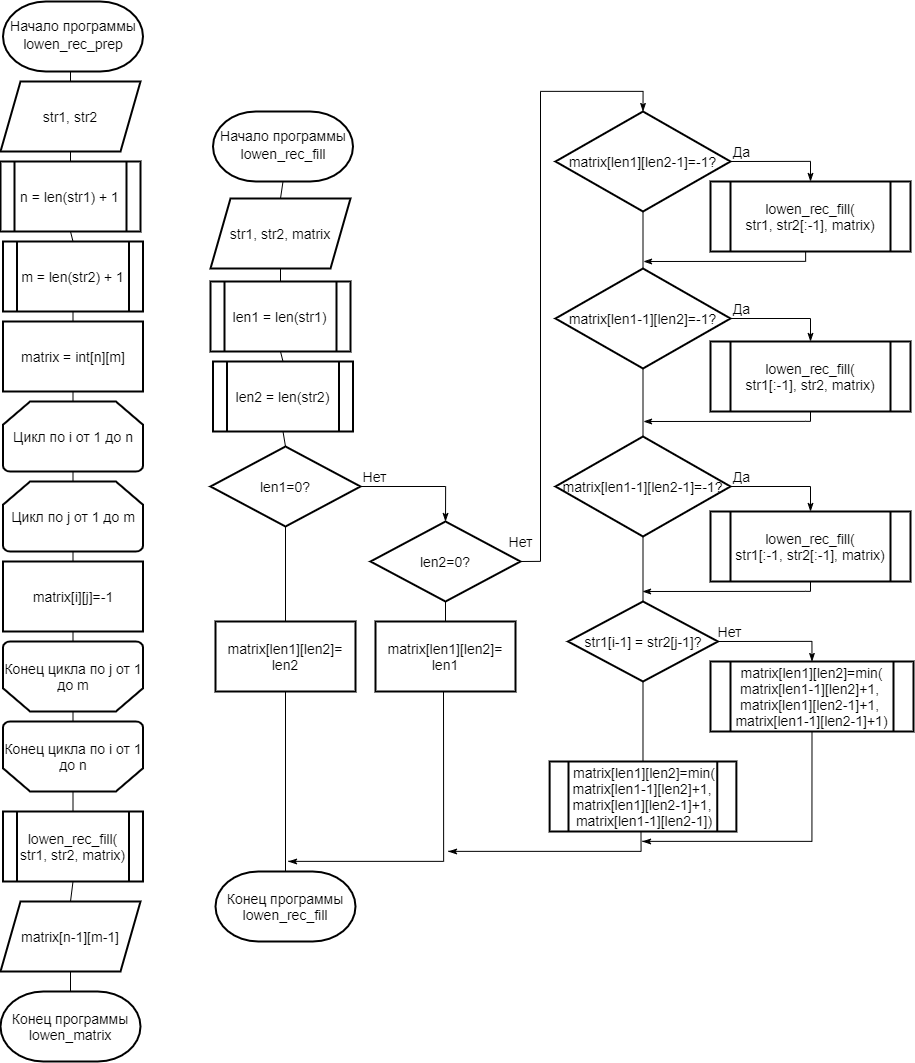
This is lab1/report/inc/img/l_recursion_matrix.png from alena-zayts/BMSTU_5sem_analysis_of_algorithms, a draw.io export, as it was before one commit. Source tidied: cells renumbered, new cells last; positions are measured from the earlier drawing's top-left corner, leaving out a move shared by most shapes.
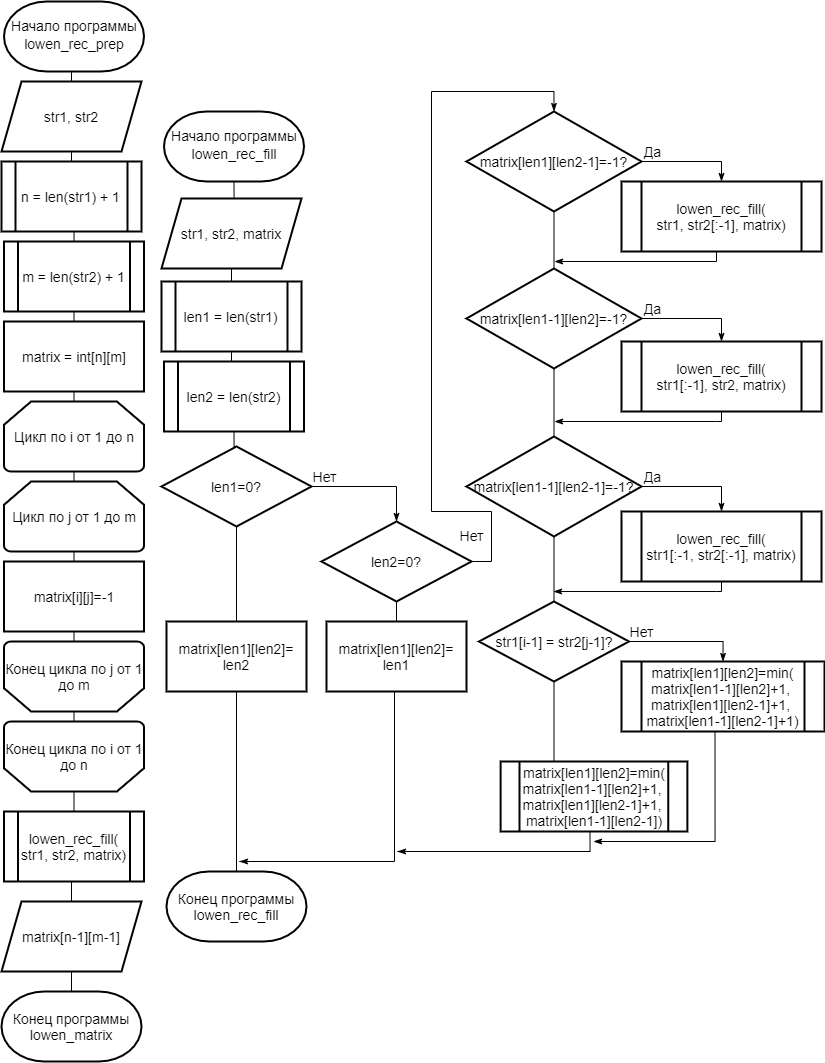
Above is the later version.

What changed in the source:
```diff
@@ -48,8 +48,10 @@
       <mxGeometry x="-0.87" y="20" relative="1" as="geometry">
         <Array as="points">
           <mxPoint x="540" y="560" />
-          <mxPoint x="540" y="90" />
-          <mxPoint x="643" y="90" />
+          <mxPoint x="540" y="510" />
+          <mxPoint x="480" y="510" />
+          <mxPoint x="480" y="90" />
+          <mxPoint x="603" y="90" />
         </Array>
       </mxGeometry>
     </mxCell>
@@ -74,57 +76,57 @@
     </mxCell>
     <mxCell id="21" style="edgeStyle=orthogonalEdgeStyle;rounded=0;orthogonalLoop=1;jettySize=auto;html=1;exitX=0.5;exitY=1;exitDx=0;exitDy=0;entryX=0.5;entryY=0;entryDx=0;entryDy=0;entryPerimeter=0;endArrow=none;endFill=0;" parent="1" edge="1">
       <mxGeometry relative="1" as="geometry">
-        <mxPoint x="72.5" y="390" as="sourcePoint" />
-        <mxPoint x="72.5" y="400" as="targetPoint" />
+        <mxPoint x="122.5" y="390" as="sourcePoint" />
+        <mxPoint x="122.5" y="400" as="targetPoint" />
       </mxGeometry>
     </mxCell>
     <mxCell id="22" style="edgeStyle=orthogonalEdgeStyle;rounded=0;jettySize=auto;html=1;entryX=0.5;entryY=1;entryDx=0;entryDy=0;entryPerimeter=0;endArrow=none;endFill=0;" parent="1" edge="1" source="25" target="23">
       <mxGeometry relative="1" as="geometry" />
     </mxCell>
     <mxCell id="23" value="&lt;font style=&quot;font-size: 14px&quot;&gt;Начало программы&lt;br&gt;&lt;span style=&quot;line-height: 150%&quot;&gt;lowen_rec_prep&lt;/span&gt;&lt;/font&gt;" style="strokeWidth=2;html=1;shape=mxgraph.flowchart.terminator;whiteSpace=wrap;fontSize=14;fontFamily=Helvetica;" parent="1" vertex="1">
-      <mxGeometry x="2.5" width="140" height="70" as="geometry" />
+      <mxGeometry x="52.5" width="140" height="70" as="geometry" />
     </mxCell>
     <mxCell id="24" style="edgeStyle=orthogonalEdgeStyle;rounded=0;jettySize=auto;html=1;exitX=0.5;exitY=1;exitDx=0;exitDy=0;entryX=0.5;entryY=0;entryDx=0;entryDy=0;endArrow=none;endFill=0;" parent="1" edge="1" source="25">
       <mxGeometry relative="1" as="geometry">
-        <mxPoint x="70" y="160" as="targetPoint" />
+        <mxPoint x="120" y="160" as="targetPoint" />
       </mxGeometry>
     </mxCell>
     <mxCell id="25" value="str1, str2" style="shape=parallelogram;perimeter=parallelogramPerimeter;whiteSpace=wrap;html=1;fixedSize=1;strokeWidth=2;fontSize=14;" parent="1" vertex="1">
-      <mxGeometry y="80" width="140" height="70" as="geometry" />
+      <mxGeometry x="50" y="80" width="140" height="70" as="geometry" />
     </mxCell>
     <mxCell id="26" value="m = len(str2) + 1" style="shape=process;whiteSpace=wrap;html=1;backgroundOutline=1;strokeWidth=2;fontSize=14;" parent="1" vertex="1">
-      <mxGeometry x="2.5" y="240" width="140" height="70" as="geometry" />
+      <mxGeometry x="52.5" y="240" width="140" height="70" as="geometry" />
     </mxCell>
     <mxCell id="27" style="edgeStyle=orthogonalEdgeStyle;rounded=0;jettySize=auto;html=1;exitX=0.5;exitY=1;exitDx=0;exitDy=0;entryX=0.5;entryY=0;entryDx=0;entryDy=0;entryPerimeter=0;endArrow=none;endFill=0;" parent="1" edge="1" target="26">
       <mxGeometry relative="1" as="geometry">
-        <mxPoint x="70" y="230" as="sourcePoint" />
+        <mxPoint x="120" y="230" as="sourcePoint" />
       </mxGeometry>
     </mxCell>
     <mxCell id="28" style="edgeStyle=orthogonalEdgeStyle;rounded=0;jettySize=auto;html=1;exitX=0.5;exitY=1;exitDx=0;exitDy=0;entryX=0.5;entryY=0;entryDx=0;entryDy=0;entryPerimeter=0;endArrow=none;endFill=0;" parent="1" edge="1" source="26">
       <mxGeometry relative="1" as="geometry">
-        <mxPoint x="72.5" y="320" as="targetPoint" />
+        <mxPoint x="122.5" y="320" as="targetPoint" />
       </mxGeometry>
     </mxCell>
     <mxCell id="29" value="n = len(str1) + 1" style="shape=process;whiteSpace=wrap;html=1;backgroundOutline=1;strokeWidth=2;fontSize=14;" parent="1" vertex="1">
-      <mxGeometry y="160" width="140" height="70" as="geometry" />
+      <mxGeometry x="50" y="160" width="140" height="70" as="geometry" />
     </mxCell>
     <mxCell id="30" value="matrix = int[n][m]" style="rounded=0;whiteSpace=wrap;html=1;strokeWidth=2;fontSize=14;" parent="1" vertex="1">
-      <mxGeometry x="2.5" y="320" width="140" height="70" as="geometry" />
+      <mxGeometry x="52.5" y="320" width="140" height="70" as="geometry" />
     </mxCell>
     <mxCell id="31" style="edgeStyle=orthogonalEdgeStyle;rounded=0;jettySize=auto;html=1;exitX=0.5;exitY=1;exitDx=0;exitDy=0;exitPerimeter=0;entryX=0.5;entryY=0;entryDx=0;entryDy=0;endArrow=none;endFill=0;entryPerimeter=0;" parent="1" edge="1" source="32" target="39">
       <mxGeometry relative="1" as="geometry" />
     </mxCell>
     <mxCell id="32" value="Цикл по i от 1 до n" style="strokeWidth=2;html=1;shape=mxgraph.flowchart.loop_limit;whiteSpace=wrap;fontSize=14;" parent="1" vertex="1">
-      <mxGeometry x="2.5" y="400" width="140" height="70" as="geometry" />
+      <mxGeometry x="52.5" y="400" width="140" height="70" as="geometry" />
     </mxCell>
     <mxCell id="33" style="edgeStyle=orthogonalEdgeStyle;rounded=0;jettySize=auto;html=1;exitX=0.5;exitY=0;exitDx=0;exitDy=0;entryX=0.5;entryY=1;entryDx=0;entryDy=0;entryPerimeter=0;endArrow=none;endFill=0;" parent="1" edge="1" source="34" target="39">
       <mxGeometry relative="1" as="geometry" />
     </mxCell>
     <mxCell id="34" value="matrix[i][j]=-1" style="rounded=0;whiteSpace=wrap;html=1;strokeWidth=2;fontSize=14;" parent="1" vertex="1">
-      <mxGeometry x="2.5" y="560" width="140" height="70" as="geometry" />
+      <mxGeometry x="52.5" y="560" width="140" height="70" as="geometry" />
     </mxCell>
     <mxCell id="35" value="Конец программы lowen_matrix" style="strokeWidth=2;html=1;shape=mxgraph.flowchart.terminator;whiteSpace=wrap;fontSize=14;" parent="1" vertex="1">
-      <mxGeometry y="990" width="140" height="70" as="geometry" />
+      <mxGeometry x="50" y="990" width="140" height="70" as="geometry" />
     </mxCell>
     <mxCell id="36" style="edgeStyle=orthogonalEdgeStyle;rounded=0;jettySize=auto;html=1;exitX=0.5;exitY=1;exitDx=0;exitDy=0;exitPerimeter=0;entryX=0.5;entryY=1;entryDx=0;entryDy=0;endArrow=none;endFill=0;" parent="1" edge="1" source="38" target="34">
       <mxGeometry relative="1" as="geometry" />
@@ -133,124 +135,143 @@
       <mxGeometry relative="1" as="geometry" />
     </mxCell>
     <mxCell id="38" value="Конец цикла по i от 1 до n" style="strokeWidth=2;html=1;shape=mxgraph.flowchart.loop_limit;whiteSpace=wrap;direction=west;fontSize=14;" parent="1" vertex="1">
-      <mxGeometry x="2.5" y="720" width="140" height="70" as="geometry" />
+      <mxGeometry x="52.5" y="720" width="140" height="70" as="geometry" />
     </mxCell>
     <mxCell id="39" value="Цикл по j от 1 до m" style="strokeWidth=2;html=1;shape=mxgraph.flowchart.loop_limit;whiteSpace=wrap;fontSize=14;" parent="1" vertex="1">
-      <mxGeometry x="2.5" y="480" width="140" height="70" as="geometry" />
+      <mxGeometry x="52.5" y="480" width="140" height="70" as="geometry" />
     </mxCell>
     <mxCell id="40" value="Конец цикла по j от 1 до m" style="strokeWidth=2;html=1;shape=mxgraph.flowchart.loop_limit;whiteSpace=wrap;direction=west;fontSize=14;" parent="1" vertex="1">
-      <mxGeometry x="2.5" y="640" width="140" height="70" as="geometry" />
+      <mxGeometry x="52.5" y="640" width="140" height="70" as="geometry" />
     </mxCell>
     <mxCell id="41" style="edgeStyle=orthogonalEdgeStyle;rounded=0;jettySize=auto;html=1;exitX=0.5;exitY=1;exitDx=0;exitDy=0;entryX=0.5;entryY=0;entryDx=0;entryDy=0;endArrow=none;endFill=0;" parent="1" edge="1" source="42" target="44">
       <mxGeometry relative="1" as="geometry" />
     </mxCell>
     <mxCell id="42" value="lowen_rec_fill(&lt;br&gt;str1, str2, matrix)" style="shape=process;whiteSpace=wrap;html=1;backgroundOutline=1;strokeWidth=2;fontSize=14;" parent="1" vertex="1">
-      <mxGeometry x="2.5" y="810" width="140" height="70" as="geometry" />
+      <mxGeometry x="52.5" y="810" width="140" height="70" as="geometry" />
     </mxCell>
     <mxCell id="43" style="edgeStyle=orthogonalEdgeStyle;rounded=0;jettySize=auto;html=1;exitX=0.5;exitY=1;exitDx=0;exitDy=0;entryX=0.5;entryY=0;entryDx=0;entryDy=0;entryPerimeter=0;endArrow=none;endFill=0;" parent="1" edge="1" source="44" target="35">
       <mxGeometry relative="1" as="geometry" />
     </mxCell>
     <mxCell id="44" value="matrix[n-1][m-1]" style="shape=parallelogram;perimeter=parallelogramPerimeter;whiteSpace=wrap;html=1;fixedSize=1;strokeWidth=2;fontSize=14;" parent="1" vertex="1">
-      <mxGeometry y="900" width="140" height="70" as="geometry" />
+      <mxGeometry x="50" y="900" width="140" height="70" as="geometry" />
     </mxCell>
     <mxCell id="45" value="Нет" style="edgeStyle=orthogonalEdgeStyle;rounded=0;jettySize=auto;html=1;exitX=1;exitY=0.5;exitDx=0;exitDy=0;entryX=0.5;entryY=0;entryDx=0;entryDy=0;endArrow=classicThin;endFill=1;fontSize=14;" parent="1" edge="1" source="48" target="64">
       <mxGeometry x="-0.79" y="10" relative="1" as="geometry" />
     </mxCell>
-    <mxCell id="46" style="edgeStyle=orthogonalEdgeStyle;rounded=0;jettySize=auto;html=1;exitX=0.5;exitY=1;exitDx=0;exitDy=0;entryX=0.5;entryY=0;entryDx=0;entryDy=0;endArrow=none;endFill=0;" parent="1" edge="1" source="48" target="66">
-      <mxGeometry relative="1" as="geometry" />
+    <mxCell id="46" style="edgeStyle=orthogonalEdgeStyle;rounded=0;jettySize=auto;html=1;exitX=0.5;exitY=1;exitDx=0;exitDy=0;entryX=0.5;entryY=0;entryDx=0;entryDy=0;endArrow=none;endFill=0;" parent="1" edge="1" source="48">
+      <mxGeometry relative="1" as="geometry">
+        <mxPoint x="602.5" y="760" as="targetPoint" />
+      </mxGeometry>
     </mxCell>
-    <mxCell id="47" style="edgeStyle=orthogonalEdgeStyle;rounded=0;jettySize=auto;html=1;exitX=0.5;exitY=0;exitDx=0;exitDy=0;entryX=0.5;entryY=1;entryDx=0;entryDy=0;endArrow=none;endFill=0;" parent="1" edge="1" source="48" target="61">
-      <mxGeometry relative="1" as="geometry" />
+    <mxCell id="47" style="edgeStyle=orthogonalEdgeStyle;rounded=0;jettySize=auto;html=1;exitX=0.5;exitY=0;exitDx=0;exitDy=0;entryX=0.5;entryY=1;entryDx=0;entryDy=0;endArrow=none;endFill=0;" parent="1" edge="1" source="48">
+      <mxGeometry relative="1" as="geometry">
+        <mxPoint x="602.5" y="535" as="targetPoint" />
+      </mxGeometry>
     </mxCell>
     <mxCell id="48" value="&lt;span style=&quot;font-size: 14px&quot;&gt;str1[i-1] = str2[j-1]?&lt;/span&gt;" style="rhombus;whiteSpace=wrap;html=1;strokeWidth=2;fontSize=14;" parent="1" vertex="1">
-      <mxGeometry x="567.5" y="600" width="150" height="80" as="geometry" />
+      <mxGeometry x="527.5" y="600" width="150" height="80" as="geometry" />
     </mxCell>
-    <mxCell id="49" style="edgeStyle=orthogonalEdgeStyle;rounded=0;jettySize=auto;html=1;endArrow=classicThin;endFill=1;exitX=0.5;exitY=1;exitDx=0;exitDy=0;" parent="1" edge="1" source="66">
+    <mxCell id="49" style="edgeStyle=orthogonalEdgeStyle;rounded=0;orthogonalLoop=1;jettySize=auto;html=1;endArrow=classicThin;endFill=1;exitX=0.5;exitY=1;exitDx=0;exitDy=0;" parent="1" edge="1">
       <mxGeometry relative="1" as="geometry">
-        <mxPoint x="646" y="810" as="targetPoint" />
+        <mxPoint x="602.5" y="830" as="sourcePoint" />
+        <mxPoint x="606" y="810" as="targetPoint" />
       </mxGeometry>
     </mxCell>
     <mxCell id="50" value="Да" style="edgeStyle=orthogonalEdgeStyle;rounded=0;jettySize=auto;html=1;exitX=1;exitY=0.5;exitDx=0;exitDy=0;entryX=0.5;entryY=0;entryDx=0;entryDy=0;endArrow=classicThin;endFill=1;fontSize=14;" parent="1" edge="1" source="52" target="54">
       <mxGeometry x="-0.79" y="10" relative="1" as="geometry" />
     </mxCell>
-    <mxCell id="51" style="edgeStyle=orthogonalEdgeStyle;rounded=0;jettySize=auto;html=1;entryX=0.5;entryY=0;entryDx=0;entryDy=0;endArrow=none;endFill=0;" parent="1" edge="1" source="52" target="57">
-      <mxGeometry relative="1" as="geometry" />
+    <mxCell id="51" style="edgeStyle=orthogonalEdgeStyle;rounded=0;jettySize=auto;html=1;entryX=0.5;entryY=0;entryDx=0;entryDy=0;endArrow=none;endFill=0;" parent="1" edge="1" source="52">
+      <mxGeometry relative="1" as="geometry">
+        <mxPoint x="602.5" y="267" as="targetPoint" />
+      </mxGeometry>
     </mxCell>
     <mxCell id="52" value="&lt;span style=&quot;font-size: 14px&quot;&gt;matrix[len1][len2-1]=-1?&lt;/span&gt;" style="rhombus;whiteSpace=wrap;html=1;strokeWidth=2;fontSize=14;" parent="1" vertex="1">
-      <mxGeometry x="555" y="110" width="175" height="100" as="geometry" />
+      <mxGeometry x="515" y="110" width="175" height="100" as="geometry" />
     </mxCell>
     <mxCell id="53" style="edgeStyle=orthogonalEdgeStyle;rounded=0;jettySize=auto;html=1;exitX=0.5;exitY=1;exitDx=0;exitDy=0;endArrow=classicThin;endFill=1;" parent="1" edge="1" source="54">
       <mxGeometry relative="1" as="geometry">
-        <mxPoint x="643" y="260" as="targetPoint" />
+        <mxPoint x="603" y="260" as="targetPoint" />
         <Array as="points">
-          <mxPoint x="805" y="260" />
+          <mxPoint x="765" y="260" />
         </Array>
       </mxGeometry>
     </mxCell>
     <mxCell id="54" value="lowen_rec_fill(&lt;br&gt;str1, str2[:-1], matrix)" style="shape=process;whiteSpace=wrap;html=1;backgroundOutline=1;strokeWidth=2;fontSize=14;" parent="1" vertex="1">
-      <mxGeometry x="710" y="180" width="200" height="70" as="geometry" />
+      <mxGeometry x="670" y="180" width="200" height="70" as="geometry" />
     </mxCell>
-    <mxCell id="55" value="Да" style="edgeStyle=orthogonalEdgeStyle;rounded=0;jettySize=auto;html=1;exitX=1;exitY=0.5;exitDx=0;exitDy=0;entryX=0.5;entryY=0;entryDx=0;entryDy=0;endArrow=classicThin;endFill=1;fontSize=14;" parent="1" edge="1" source="57" target="59">
-      <mxGeometry x="-0.79" y="10" relative="1" as="geometry" />
+    <mxCell id="55" value="Да" style="edgeStyle=orthogonalEdgeStyle;rounded=0;jettySize=auto;html=1;entryX=0.5;entryY=0;entryDx=0;entryDy=0;endArrow=classicThin;endFill=1;fontSize=14;exitX=1;exitY=0.5;exitDx=0;exitDy=0;" parent="1" edge="1" source="57" target="59">
+      <mxGeometry x="-0.79" y="10" relative="1" as="geometry">
+        <Array as="points">
+          <mxPoint x="770" y="317" />
+        </Array>
+      </mxGeometry>
     </mxCell>
-    <mxCell id="56" style="edgeStyle=orthogonalEdgeStyle;rounded=0;jettySize=auto;html=1;exitX=0.5;exitY=1;exitDx=0;exitDy=0;entryX=0.5;entryY=0;entryDx=0;entryDy=0;endArrow=none;endFill=0;" parent="1" edge="1" source="57" target="61">
-      <mxGeometry relative="1" as="geometry" />
+    <mxCell id="56" style="edgeStyle=orthogonalEdgeStyle;rounded=0;orthogonalLoop=1;jettySize=auto;html=1;exitX=0.5;exitY=1;exitDx=0;exitDy=0;entryX=0.5;entryY=0;entryDx=0;entryDy=0;endArrow=none;endFill=0;" parent="1" edge="1">
+      <mxGeometry relative="1" as="geometry">
+        <mxPoint x="602.5" y="367" as="sourcePoint" />
+        <mxPoint x="602.5" y="435" as="targetPoint" />
+      </mxGeometry>
     </mxCell>
     <mxCell id="57" value="&lt;span style=&quot;font-size: 14px&quot;&gt;matrix[len1-1][len2]=-1?&lt;/span&gt;" style="rhombus;whiteSpace=wrap;html=1;strokeWidth=2;fontSize=14;" parent="1" vertex="1">
-      <mxGeometry x="555" y="267" width="175" height="100" as="geometry" />
+      <mxGeometry x="515" y="267" width="175" height="100" as="geometry" />
     </mxCell>
     <mxCell id="58" style="edgeStyle=orthogonalEdgeStyle;rounded=0;jettySize=auto;html=1;exitX=0.5;exitY=1;exitDx=0;exitDy=0;endArrow=classicThin;endFill=1;" parent="1" edge="1" source="59">
       <mxGeometry relative="1" as="geometry">
-        <mxPoint x="643" y="420" as="targetPoint" />
+        <mxPoint x="603" y="420" as="targetPoint" />
         <Array as="points">
-          <mxPoint x="805" y="420" />
-          <mxPoint x="643" y="420" />
+          <mxPoint x="765" y="420" />
+          <mxPoint x="603" y="420" />
         </Array>
       </mxGeometry>
     </mxCell>
     <mxCell id="59" value="lowen_rec_fill(&lt;br&gt;str1[:-1], str2, matrix)" style="shape=process;whiteSpace=wrap;html=1;backgroundOutline=1;strokeWidth=2;fontSize=14;" parent="1" vertex="1">
-      <mxGeometry x="710" y="340" width="200" height="70" as="geometry" />
+      <mxGeometry x="670" y="340" width="200" height="70" as="geometry" />
     </mxCell>
-    <mxCell id="60" value="Да" style="edgeStyle=orthogonalEdgeStyle;rounded=0;jettySize=auto;html=1;exitX=1;exitY=0.5;exitDx=0;exitDy=0;entryX=0.5;entryY=0;entryDx=0;entryDy=0;endArrow=classicThin;endFill=1;fontSize=14;" parent="1" edge="1" source="61" target="63">
-      <mxGeometry x="-0.79" y="10" relative="1" as="geometry" />
+    <mxCell id="60" value="Да" style="edgeStyle=orthogonalEdgeStyle;rounded=0;jettySize=auto;html=1;exitX=1;exitY=0.5;exitDx=0;exitDy=0;entryX=0.5;entryY=0;entryDx=0;entryDy=0;endArrow=classicThin;endFill=1;fontSize=14;" parent="1" edge="1" target="63">
+      <mxGeometry x="-0.79" y="10" relative="1" as="geometry">
+        <mxPoint x="690" y="485" as="sourcePoint" />
+        <Array as="points">
+          <mxPoint x="770" y="485" />
+        </Array>
+      </mxGeometry>
     </mxCell>
     <mxCell id="61" value="&lt;span style=&quot;font-size: 14px&quot;&gt;matrix[len1-1][len2-1]=-1?&lt;/span&gt;" style="rhombus;whiteSpace=wrap;html=1;strokeWidth=2;fontSize=14;" parent="1" vertex="1">
-      <mxGeometry x="555" y="435" width="175" height="100" as="geometry" />
+      <mxGeometry x="515" y="435" width="175" height="100" as="geometry" />
     </mxCell>
     <mxCell id="62" style="edgeStyle=orthogonalEdgeStyle;rounded=0;jettySize=auto;html=1;exitX=0.5;exitY=1;exitDx=0;exitDy=0;endArrow=classicThin;endFill=1;" parent="1" edge="1" source="63">
       <mxGeometry relative="1" as="geometry">
-        <mxPoint x="642" y="590" as="targetPoint" />
+        <mxPoint x="602" y="590" as="targetPoint" />
         <Array as="points">
-          <mxPoint x="805" y="590" />
-          <mxPoint x="642" y="590" />
+          <mxPoint x="765" y="590" />
+          <mxPoint x="602" y="590" />
         </Array>
       </mxGeometry>
     </mxCell>
     <mxCell id="63" value="lowen_rec_fill(&lt;br&gt;str1[:-1, str2[:-1], matrix)" style="shape=process;whiteSpace=wrap;html=1;backgroundOutline=1;strokeWidth=2;fontSize=14;" parent="1" vertex="1">
-      <mxGeometry x="710" y="510" width="200" height="70" as="geometry" />
+      <mxGeometry x="670" y="510" width="200" height="70" as="geometry" />
     </mxCell>
     <mxCell id="64" value="matrix[len1][len2]=min(&lt;br&gt;matrix[len1-1][len2]+1,&amp;nbsp; matrix[len1][len2-1]+1, &lt;br&gt;matrix[len1-1][len2-1]+1)" style="shape=process;whiteSpace=wrap;html=1;backgroundOutline=1;strokeWidth=2;fontSize=14;" parent="1" vertex="1">
-      <mxGeometry x="710" y="660" width="203" height="70" as="geometry" />
+      <mxGeometry x="670" y="660" width="203" height="70" as="geometry" />
     </mxCell>
     <mxCell id="65" style="edgeStyle=orthogonalEdgeStyle;rounded=0;orthogonalLoop=1;jettySize=auto;html=1;exitX=0.5;exitY=1;exitDx=0;exitDy=0;endArrow=classicThin;endFill=1;" parent="1" edge="1">
       <mxGeometry relative="1" as="geometry">
-        <mxPoint x="640.5" y="830" as="sourcePoint" />
-        <mxPoint x="448" y="850" as="targetPoint" />
+        <mxPoint x="638.5" y="830" as="sourcePoint" />
+        <mxPoint x="446" y="850" as="targetPoint" />
         <Array as="points">
-          <mxPoint x="641" y="850" />
-          <mxPoint x="448" y="850" />
+          <mxPoint x="639" y="850" />
+          <mxPoint x="446" y="850" />
         </Array>
       </mxGeometry>
     </mxCell>
     <mxCell id="66" value="matrix[len1][len2]=min(&lt;br&gt;matrix[len1-1][len2]+1,&amp;nbsp; matrix[len1][len2-1]+1, &lt;br&gt;matrix[len1-1][len2-1])" style="shape=process;whiteSpace=wrap;html=1;backgroundOutline=1;strokeWidth=2;fontSize=14;" parent="1" vertex="1">
       <mxGeometry x="549.1" y="760" width="186.8" height="70" as="geometry" />
     </mxCell>
-    <mxCell id="67" style="edgeStyle=orthogonalEdgeStyle;rounded=0;jettySize=auto;html=1;endArrow=classicThin;endFill=1;exitX=0.5;exitY=1;exitDx=0;exitDy=0;" parent="1" edge="1" source="64">
+    <mxCell id="67" style="edgeStyle=orthogonalEdgeStyle;rounded=0;orthogonalLoop=1;jettySize=auto;html=1;endArrow=classicThin;endFill=1;exitX=0.5;exitY=1;exitDx=0;exitDy=0;" parent="1" edge="1">
       <mxGeometry relative="1" as="geometry">
+        <mxPoint x="763.5" y="730" as="sourcePoint" />
         <mxPoint x="642" y="840" as="targetPoint" />
         <Array as="points">
-          <mxPoint x="811" y="840" />
-          <mxPoint x="642" y="840" />
+          <mxPoint x="764" y="840" />
         </Array>
       </mxGeometry>
     </mxCell>
```
